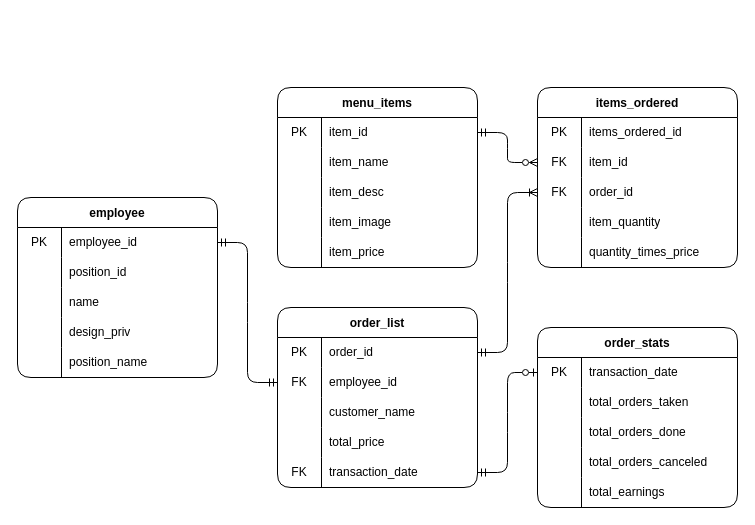
Above: DOCS/Diagrams/ERD Diagram.drawio in alexxGmZ/MenuMaApp (draw.io), before the change. Source tidied: cells renumbered, new cells numbered last; positions are measured from the earlier drawing's top-left corner, leaving out a move shared by most shapes. Both pictures are drawn from the tidied source at 100%, with x=0, y=0 at pixel (17, 87).
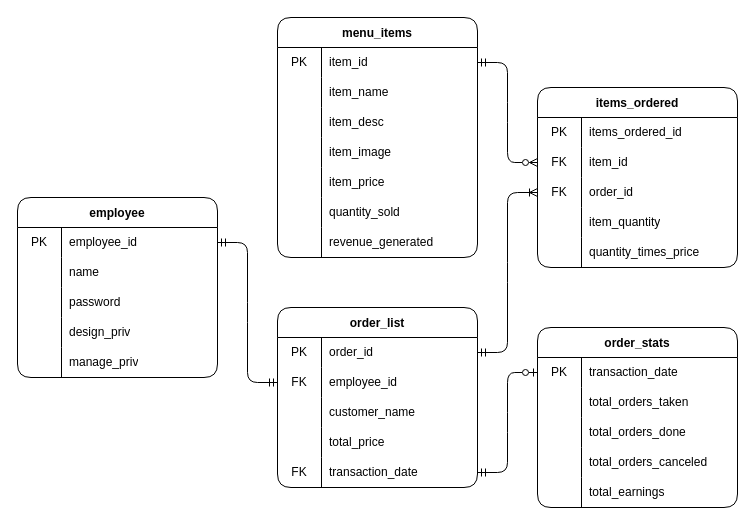
The same diagram, later.

Commit message:
diagram(erd): add quantity_sold and revenue_generated in menu_items table

Unchanged cells that the change refers to:
```xml
<mxCell id="2" value="employee" style="shape=table;startSize=30;childLayout=tableLayout;rowLines=0;fontStyle=1;rounded=1;" parent="1" vertex="1">
  <mxGeometry y="110" width="200" height="180" as="geometry" />
</mxCell>
```

Diff of the diagram source:
```diff
@@
-    <mxCell id="6" style="shape=tableRow;horizontal=0;startSize=0;swimlaneHead=0;swimlaneBody=0;top=0;left=0;bottom=0;right=0;fillColor=none;" parent="2" vertex="1">
-      <mxGeometry y="60" width="200" height="30" as="geometry" />
-    </mxCell>
-    <mxCell id="7" style="shape=partialRectangle;html=1;whiteSpace=wrap;fillColor=none;top=0;left=0;bottom=0;right=0;overflow=hidden;" parent="6" vertex="1">
-      <mxGeometry width="44" height="30" as="geometry" />
-    </mxCell>
-    <mxCell id="8" value="position_id" style="shape=partialRectangle;html=1;whiteSpace=wrap;fillColor=none;top=0;left=0;bottom=0;right=0;align=left;spacingLeft=6;overflow=hidden;" parent="6" vertex="1">
-      <mxGeometry x="44" width="156" height="30" as="geometry" />
-    </mxCell>
     <mxCell id="9" style="shape=tableRow;horizontal=0;startSize=0;swimlaneHead=0;swimlaneBody=0;top=0;left=0;bottom=0;right=0;fillColor=none;" parent="2" vertex="1">
-      <mxGeometry y="90" width="200" height="30" as="geometry" />
+      <mxGeometry y="60" width="200" height="30" as="geometry" />
     </mxCell>
@@
+    <mxCell id="15" style="shape=tableRow;horizontal=0;startSize=0;swimlaneHead=0;swimlaneBody=0;top=0;left=0;bottom=0;right=0;fillColor=none;" parent="2" vertex="1">
+      <mxGeometry y="90" width="200" height="30" as="geometry" />
+    </mxCell>
+    <mxCell id="16" style="shape=partialRectangle;html=1;whiteSpace=wrap;fillColor=none;top=0;left=0;bottom=0;right=0;overflow=hidden;" parent="15" vertex="1">
+      <mxGeometry width="44" height="30" as="geometry" />
+    </mxCell>
+    <mxCell id="17" value="password" style="shape=partialRectangle;html=1;whiteSpace=wrap;fillColor=none;top=0;left=0;bottom=0;right=0;align=left;spacingLeft=6;overflow=hidden;" parent="15" vertex="1">
+      <mxGeometry x="44" width="156" height="30" as="geometry" />
+    </mxCell>
@@
-    <mxCell id="15" style="shape=tableRow;horizontal=0;startSize=0;swimlaneHead=0;swimlaneBody=0;top=0;left=0;bottom=0;right=0;fillColor=none;" parent="2" vertex="1">
-      <mxGeometry y="150" width="200" height="30" as="geometry" />
-    </mxCell>
-    <mxCell id="16" style="shape=partialRectangle;html=1;whiteSpace=wrap;fillColor=none;top=0;left=0;bottom=0;right=0;overflow=hidden;" parent="15" vertex="1">
-      <mxGeometry width="44" height="30" as="geometry" />
-    </mxCell>
-    <mxCell id="17" value="position_name" style="shape=partialRectangle;html=1;whiteSpace=wrap;fillColor=none;top=0;left=0;bottom=0;right=0;align=left;spacingLeft=6;overflow=hidden;" parent="15" vertex="1">
-      <mxGeometry x="44" width="156" height="30" as="geometry" />
-    </mxCell>
+    <mxCell id="86" style="shape=tableRow;horizontal=0;startSize=0;swimlaneHead=0;swimlaneBody=0;top=0;left=0;bottom=0;right=0;fillColor=none;" parent="2" vertex="1">
+      <mxGeometry y="150" width="200" height="30" as="geometry" />
+    </mxCell>
+    <mxCell id="87" style="shape=partialRectangle;html=1;whiteSpace=wrap;fillColor=none;top=0;left=0;bottom=0;right=0;overflow=hidden;" parent="86" vertex="1">
+      <mxGeometry width="44" height="30" as="geometry" />
+    </mxCell>
+    <mxCell id="88" value="manage_priv" style="shape=partialRectangle;html=1;whiteSpace=wrap;fillColor=none;top=0;left=0;bottom=0;right=0;align=left;spacingLeft=6;overflow=hidden;" parent="86" vertex="1">
+      <mxGeometry x="44" width="156" height="30" as="geometry" />
+    </mxCell>
     <mxCell id="18" value="menu_items" style="shape=table;startSize=30;childLayout=tableLayout;rowLines=0;fontStyle=1;rounded=1;" parent="1" vertex="1">
-      <mxGeometry x="260" width="200" height="180" as="geometry" />
+      <mxGeometry x="260" y="-70" width="200" height="240" as="geometry" />
     </mxCell>
@@
+    <mxCell id="89" style="shape=tableRow;horizontal=0;startSize=0;swimlaneHead=0;swimlaneBody=0;top=0;left=0;bottom=0;right=0;fillColor=none;" parent="18" vertex="1">
+      <mxGeometry y="180" width="200" height="30" as="geometry" />
+    </mxCell>
+    <mxCell id="90" style="shape=partialRectangle;html=1;whiteSpace=wrap;fillColor=none;top=0;left=0;bottom=0;right=0;overflow=hidden;" parent="89" vertex="1">
+      <mxGeometry width="44" height="30" as="geometry" />
+    </mxCell>
+    <mxCell id="91" value="quantity_sold" style="shape=partialRectangle;html=1;whiteSpace=wrap;fillColor=none;top=0;left=0;bottom=0;right=0;align=left;spacingLeft=6;overflow=hidden;" parent="89" vertex="1">
+      <mxGeometry x="44" width="156" height="30" as="geometry" />
+    </mxCell>
+    <mxCell id="92" style="shape=tableRow;horizontal=0;startSize=0;swimlaneHead=0;swimlaneBody=0;top=0;left=0;bottom=0;right=0;fillColor=none;" parent="18" vertex="1">
+      <mxGeometry y="210" width="200" height="30" as="geometry" />
+    </mxCell>
+    <mxCell id="93" style="shape=partialRectangle;html=1;whiteSpace=wrap;fillColor=none;top=0;left=0;bottom=0;right=0;overflow=hidden;" parent="92" vertex="1">
+      <mxGeometry width="44" height="30" as="geometry" />
+    </mxCell>
+    <mxCell id="94" value="revenue_generated" style="shape=partialRectangle;html=1;whiteSpace=wrap;fillColor=none;top=0;left=0;bottom=0;right=0;align=left;spacingLeft=6;overflow=hidden;" parent="92" vertex="1">
+      <mxGeometry x="44" width="156" height="30" as="geometry" />
+    </mxCell>
```
